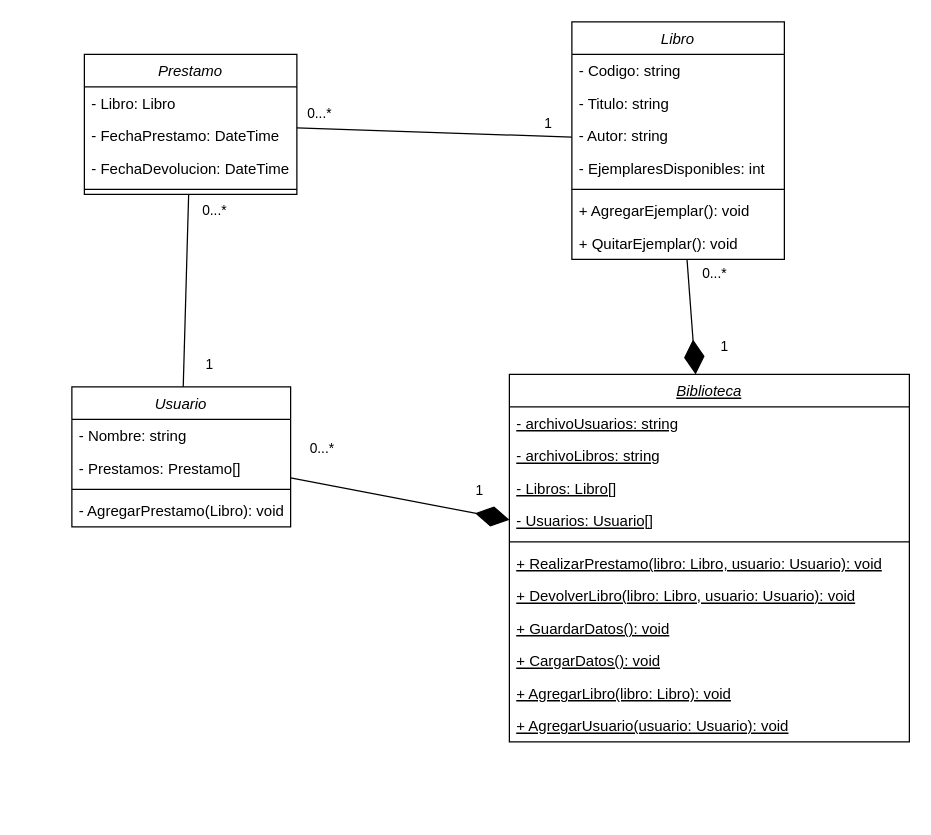
fede-vazquez/clases_cs keeps this draw.io diagram as Persistencia/Biblioteca/Biblioteca.drawio. Above is the earlier version. Source tidied: cells renumbered, new cells numbered last; positions are measured from the earlier drawing's top-left corner, leaving out a move shared by most shapes. Both pictures are drawn from the tidied source at 125%, with x=0, y=0 at pixel (71, 21).
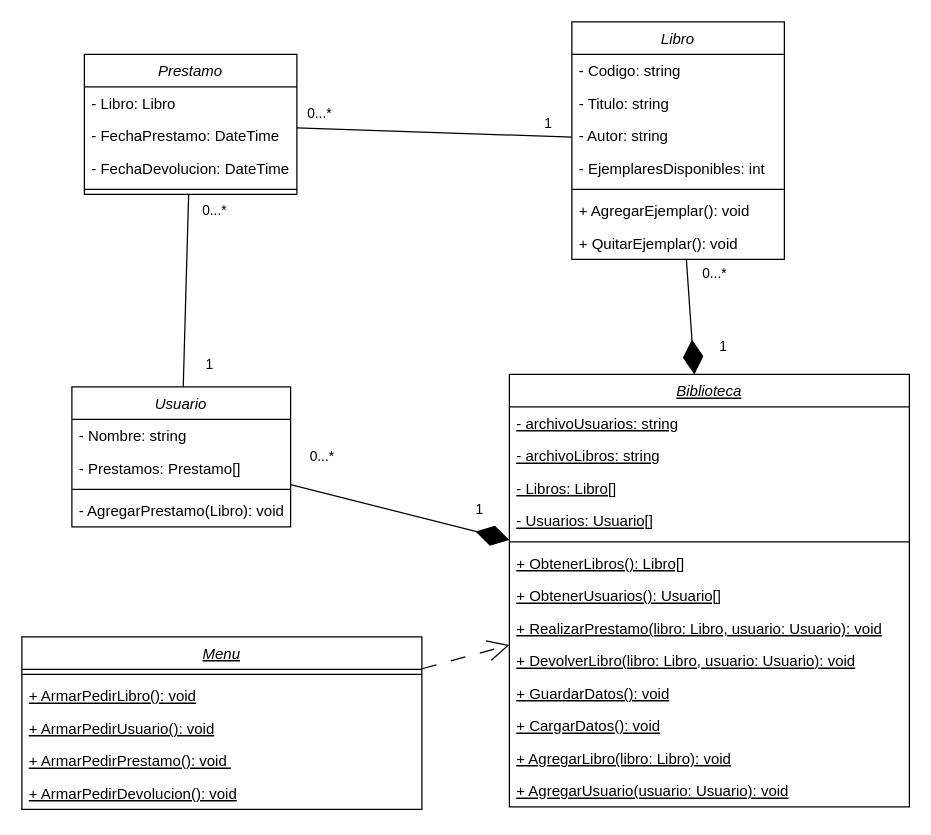
After the change.

What changed in the source:
```diff
@@
     <mxCell id="32" value="Biblioteca" style="swimlane;fontStyle=6;align=center;verticalAlign=top;horizontal=1;startSize=26;rounded=0;shadow=0;strokeWidth=1;" parent="1" vertex="1">
-      <mxGeometry x="350" y="282" width="320" height="294" as="geometry" />
+      <mxGeometry x="350" y="282" width="320" height="346" as="geometry" />
     </mxCell>
@@
+    <mxCell id="44" value="+ ObtenerLibros(): Libro[]" style="text;align=left;verticalAlign=top;spacingLeft=4;spacingRight=4;overflow=hidden;fontStyle=4;" parent="32" vertex="1">
+      <mxGeometry y="138" width="320" height="26" as="geometry" />
+    </mxCell>
+    <mxCell id="45" value="+ ObtenerUsuarios(): Usuario[]" style="text;align=left;verticalAlign=top;spacingLeft=4;spacingRight=4;overflow=hidden;fontStyle=4;" parent="32" vertex="1">
+      <mxGeometry y="164" width="320" height="26" as="geometry" />
+    </mxCell>
     <mxCell id="38" value="+ RealizarPrestamo(libro: Libro, usuario: Usuario): void" style="text;align=left;verticalAlign=top;spacingLeft=4;spacingRight=4;overflow=hidden;fontStyle=4;" parent="32" vertex="1">
-      <mxGeometry y="138" width="320" height="26" as="geometry" />
+      <mxGeometry y="190" width="320" height="26" as="geometry" />
     </mxCell>
     <mxCell id="39" value="+ DevolverLibro(libro: Libro, usuario: Usuario): void" style="text;align=left;verticalAlign=top;spacingLeft=4;spacingRight=4;overflow=hidden;fontStyle=4;" parent="32" vertex="1">
-      <mxGeometry y="164" width="320" height="26" as="geometry" />
+      <mxGeometry y="216" width="320" height="26" as="geometry" />
     </mxCell>
     <mxCell id="40" value="+ GuardarDatos(): void" style="text;align=left;verticalAlign=top;spacingLeft=4;spacingRight=4;overflow=hidden;fontStyle=4;" parent="32" vertex="1">
-      <mxGeometry y="190" width="320" height="26" as="geometry" />
+      <mxGeometry y="242" width="320" height="26" as="geometry" />
     </mxCell>
     <mxCell id="41" value="+ CargarDatos(): void" style="text;align=left;verticalAlign=top;spacingLeft=4;spacingRight=4;overflow=hidden;fontStyle=4;" parent="32" vertex="1">
-      <mxGeometry y="216" width="320" height="26" as="geometry" />
+      <mxGeometry y="268" width="320" height="26" as="geometry" />
     </mxCell>
     <mxCell id="42" value="+ AgregarLibro(libro: Libro): void" style="text;align=left;verticalAlign=top;spacingLeft=4;spacingRight=4;overflow=hidden;fontStyle=4;" parent="32" vertex="1">
-      <mxGeometry y="242" width="320" height="26" as="geometry" />
+      <mxGeometry y="294" width="320" height="26" as="geometry" />
     </mxCell>
     <mxCell id="43" value="+ AgregarUsuario(usuario: Usuario): void" style="text;align=left;verticalAlign=top;spacingLeft=4;spacingRight=4;overflow=hidden;fontStyle=4;" parent="32" vertex="1">
-      <mxGeometry y="268" width="320" height="26" as="geometry" />
+      <mxGeometry y="320" width="320" height="26" as="geometry" />
     </mxCell>
+    <mxCell id="46" style="rounded=0;jettySize=auto;html=1;endArrow=open;endFill=0;dashed=1;dashPattern=12 12;startArrow=none;startFill=0;endSize=15;" parent="1" edge="1" source="47" target="32">
+      <mxGeometry relative="1" as="geometry" />
+    </mxCell>
+    <mxCell id="47" value="Menu" style="swimlane;fontStyle=6;align=center;verticalAlign=top;horizontal=1;startSize=26;rounded=0;shadow=0;strokeWidth=1;" parent="1" vertex="1">
+      <mxGeometry x="-40" y="492" width="320" height="138" as="geometry" />
+    </mxCell>
+    <mxCell id="48" style="line;html=1;strokeWidth=1;align=left;verticalAlign=middle;spacingTop=-1;spacingLeft=3;spacingRight=3;labelPosition=right;" parent="47" vertex="1">
+      <mxGeometry y="26" width="320" height="8" as="geometry" />
+    </mxCell>
+    <mxCell id="49" value="+ ArmarPedirLibro(): void" style="text;align=left;verticalAlign=top;spacingLeft=4;spacingRight=4;overflow=hidden;fontStyle=4;" parent="47" vertex="1">
+      <mxGeometry y="34" width="320" height="26" as="geometry" />
+    </mxCell>
+    <mxCell id="50" value="+ ArmarPedirUsuario(): void" style="text;align=left;verticalAlign=top;spacingLeft=4;spacingRight=4;overflow=hidden;fontStyle=4;" parent="47" vertex="1">
+      <mxGeometry y="60" width="320" height="26" as="geometry" />
+    </mxCell>
+    <mxCell id="51" value="+ ArmarPedirPrestamo(): void " style="text;align=left;verticalAlign=top;spacingLeft=4;spacingRight=4;overflow=hidden;fontStyle=4;" parent="47" vertex="1">
+      <mxGeometry y="86" width="320" height="26" as="geometry" />
+    </mxCell>
+    <mxCell id="52" value="+ ArmarPedirDevolucion(): void" style="text;align=left;verticalAlign=top;spacingLeft=4;spacingRight=4;overflow=hidden;fontStyle=4;" parent="47" vertex="1">
+      <mxGeometry y="112" width="320" height="26" as="geometry" />
+    </mxCell>
```
